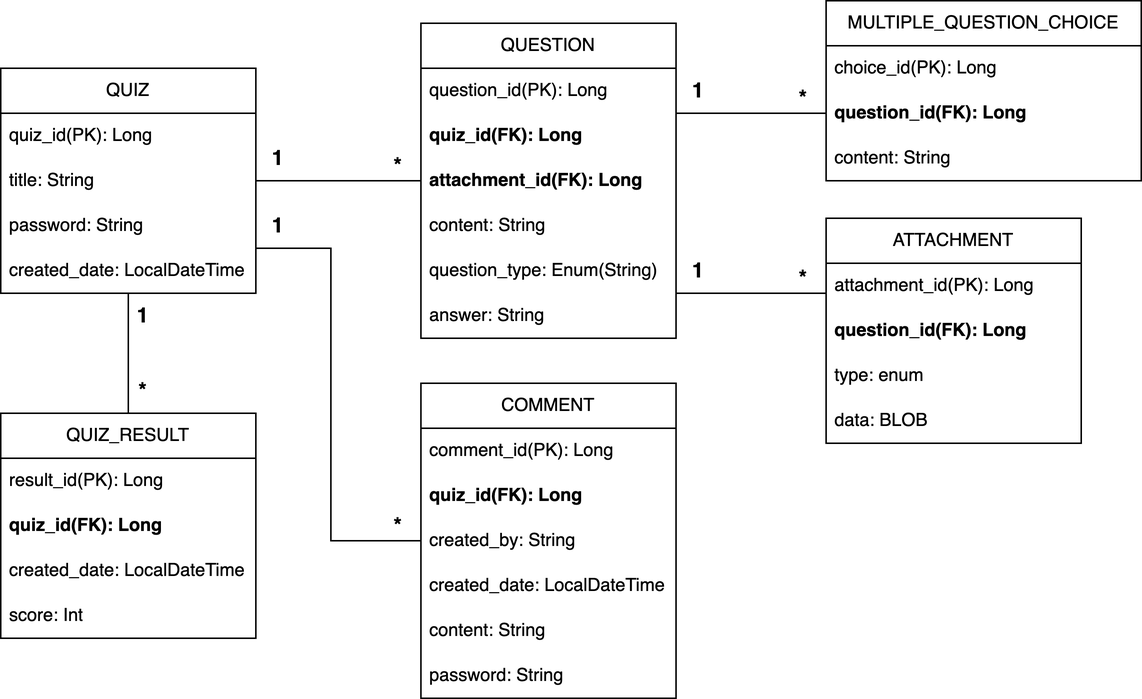
The draw.io diagram readme-img/harpseal_domain_model.png in mynameisjaehoon/harpseal-backend, before a commit. Source tidied: cells renumbered, new cells last; positions are measured from the earlier drawing's top-left corner, leaving out a move shared by most shapes.
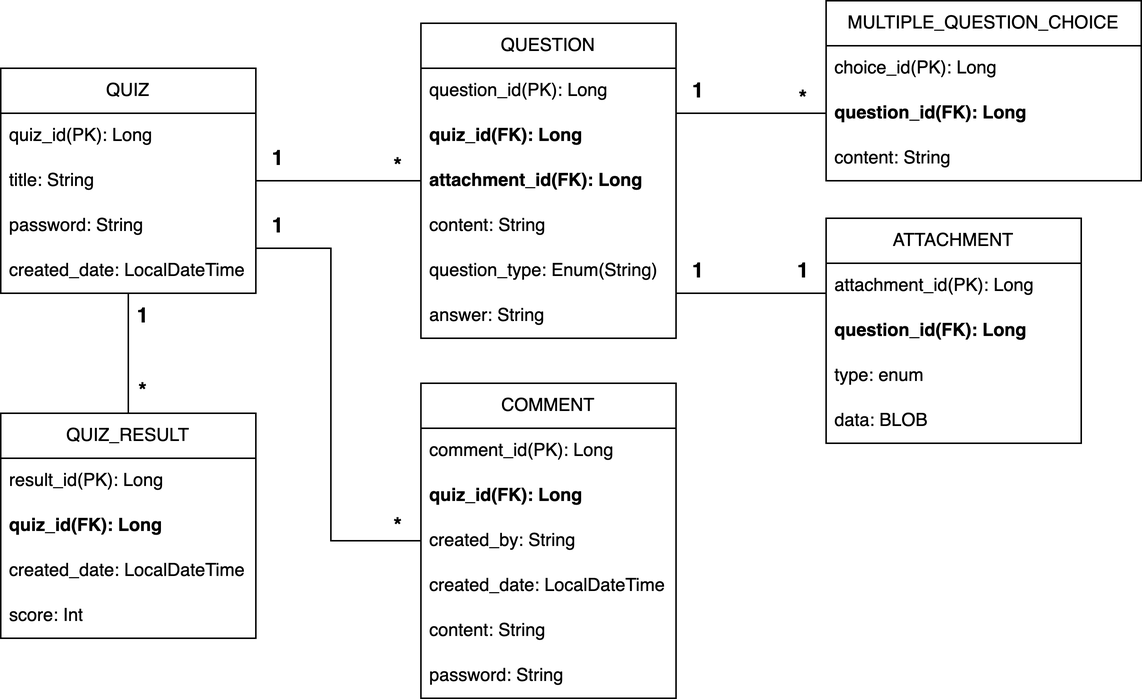
After the change.

Commit message:
fix: 도메인 모델 이미지 수정

Diff of the diagram source:
```diff
@@ -156,8 +156,8 @@
     <mxCell id="48" value="1" style="text;html=1;strokeColor=none;fillColor=none;align=center;verticalAlign=middle;whiteSpace=wrap;rounded=0;fontSize=14;fontStyle=1;" parent="1" vertex="1">
       <mxGeometry x="450" y="165" width="30" height="30" as="geometry" />
     </mxCell>
-    <mxCell id="49" value="*" style="text;html=1;strokeColor=none;fillColor=none;align=center;verticalAlign=middle;whiteSpace=wrap;rounded=0;fontSize=14;fontStyle=1;" parent="1" vertex="1">
-      <mxGeometry x="520" y="175" width="30" height="20" as="geometry" />
+    <mxCell id="49" value="1" style="text;html=1;strokeColor=none;fillColor=none;align=center;verticalAlign=middle;whiteSpace=wrap;rounded=0;fontSize=14;fontStyle=1;" parent="1" vertex="1">
+      <mxGeometry x="520" y="170" width="30" height="20" as="geometry" />
     </mxCell>
   </root>
 </mxGraphModel>
```
